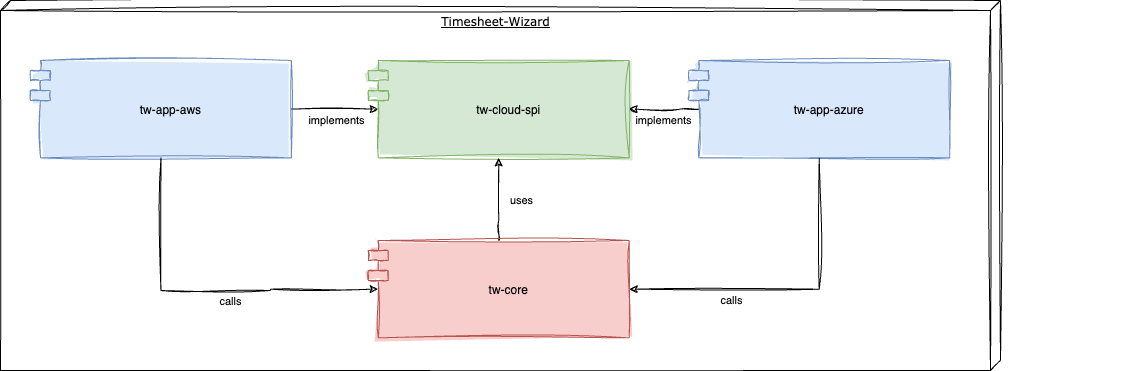
Earlier version of the draw.io export docs/assets/static-level-1.drawio.png (tinohertlein/timesheet-wizard). Source tidied: cells renumbered, new cells last; positions are measured from the earlier drawing's top-left corner, leaving out a move shared by most shapes.
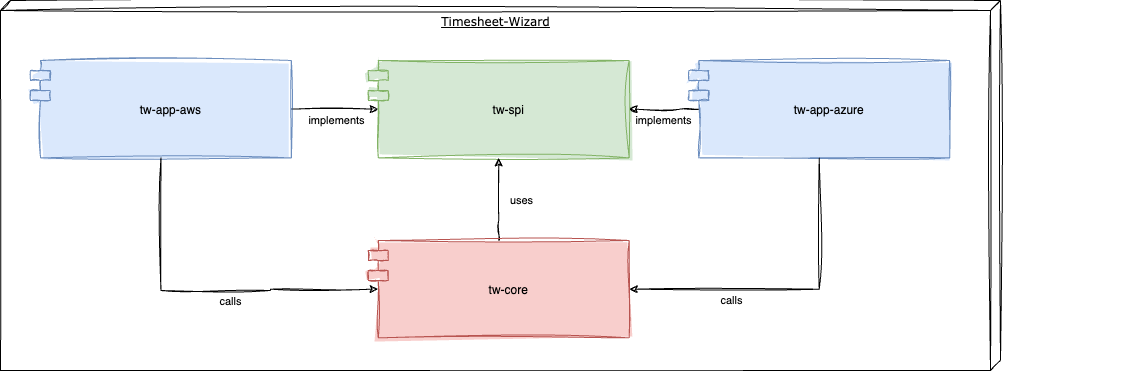
Above is the later version.

The edit, as a diff of the source:
```diff
@@ -19,7 +19,7 @@
     <mxCell id="6" value="tw-app-aws" style="shape=module;align=left;spacingLeft=20;align=center;verticalAlign=middle;sketch=1;curveFitting=1;jiggle=2;fillColor=#dae8fc;strokeColor=#6c8ebf;fillStyle=solid;" parent="2" vertex="1">
       <mxGeometry y="60" width="260.9" height="97.4" as="geometry" />
     </mxCell>
-    <mxCell id="7" value="tw-cloud-spi" style="shape=module;align=left;spacingLeft=20;align=center;verticalAlign=middle;sketch=1;curveFitting=1;jiggle=2;fillColor=#d5e8d4;strokeColor=#82b366;fillStyle=solid;" parent="2" vertex="1">
+    <mxCell id="7" value="tw-spi" style="shape=module;align=left;spacingLeft=20;align=center;verticalAlign=middle;sketch=1;curveFitting=1;jiggle=2;fillColor=#d5e8d4;strokeColor=#82b366;fillStyle=solid;" parent="2" vertex="1">
       <mxGeometry x="337.8" y="60" width="260.9" height="97.4" as="geometry" />
     </mxCell>
     <mxCell id="8" style="edgeStyle=orthogonalEdgeStyle;rounded=0;jettySize=auto;html=1;exitX=0.5;exitY=0;exitDx=0;exitDy=0;entryX=0.5;entryY=1;entryDx=0;entryDy=0;sketch=1;curveFitting=1;jiggle=2;" parent="2" edge="1" source="10" target="7">
```
